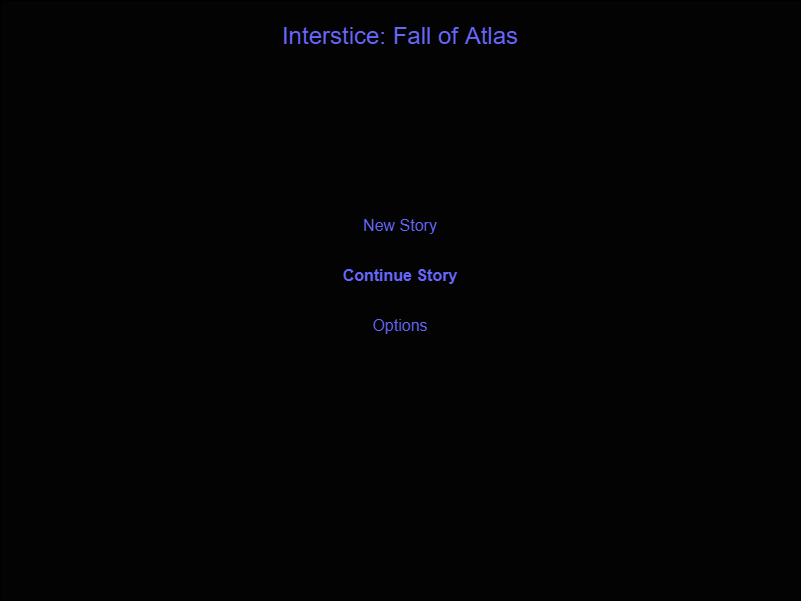
Before: docs/images/main_menu_after_starting_to_play_wireframe.png, a diagram exported from draw.io (gaudeon/interstice_fall_of_atlas). Source tidied: cells renumbered, new cells last; positions are measured from the earlier drawing's top-left corner, leaving out a move shared by most shapes.
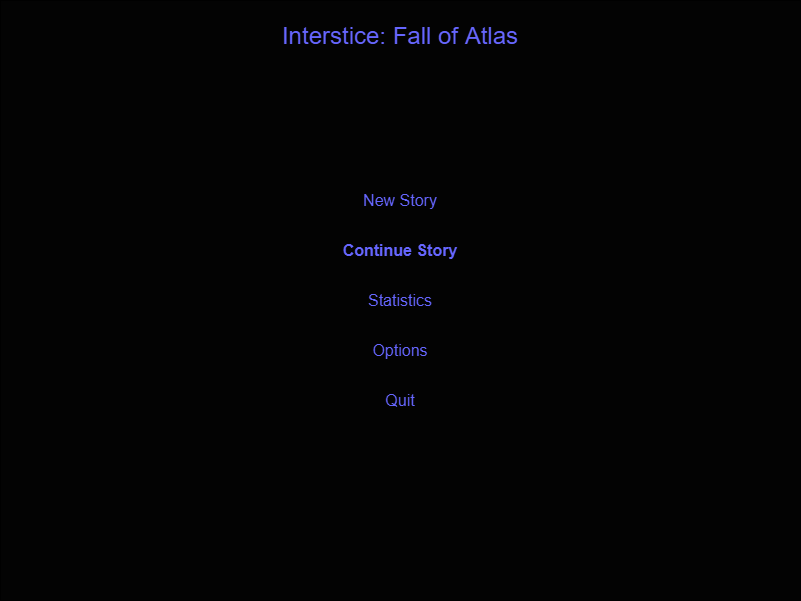
After the change.

Commit message:
updated main menu wireframes to include missing items

The edit, as a diff of the source:
```diff
@@ -9,13 +9,19 @@
       <mxGeometry x="5" y="10" width="790" height="50" as="geometry" />
     </mxCell>
     <mxCell id="4" value="&lt;font color=&quot;#6666ff&quot; style=&quot;font-size: 16px&quot;&gt;&lt;b&gt;Continue Story&lt;/b&gt;&lt;/font&gt;" style="text;html=1;align=center;verticalAlign=middle;whiteSpace=wrap;rounded=0;" parent="1" vertex="1">
-      <mxGeometry x="5" y="250" width="790" height="50" as="geometry" />
+      <mxGeometry x="5" y="225" width="790" height="50" as="geometry" />
     </mxCell>
+    <mxCell id="6" value="&lt;font color=&quot;#6666ff&quot; style=&quot;font-size: 16px&quot;&gt;New Story&lt;/font&gt;" style="text;html=1;align=center;verticalAlign=middle;whiteSpace=wrap;rounded=0;" parent="1" vertex="1">
+      <mxGeometry x="5" y="175" width="790" height="50" as="geometry" />
+    </mxCell>
+    <mxCell id="7" value="&lt;font color=&quot;#6666ff&quot; style=&quot;font-size: 16px&quot;&gt;Statistics&lt;/font&gt;" style="text;html=1;align=center;verticalAlign=middle;whiteSpace=wrap;rounded=0;" parent="1" vertex="1">
+      <mxGeometry x="5" y="275" width="790" height="50" as="geometry" />
+    </mxCell>
     <mxCell id="5" value="&lt;font color=&quot;#6666ff&quot; style=&quot;font-size: 16px&quot;&gt;Options&lt;/font&gt;" style="text;html=1;align=center;verticalAlign=middle;whiteSpace=wrap;rounded=0;" parent="1" vertex="1">
-      <mxGeometry x="5" y="300" width="790" height="50" as="geometry" />
+      <mxGeometry x="5" y="325" width="790" height="50" as="geometry" />
     </mxCell>
-    <mxCell id="6" value="&lt;font color=&quot;#6666ff&quot; style=&quot;font-size: 16px&quot;&gt;New Story&lt;/font&gt;" style="text;html=1;align=center;verticalAlign=middle;whiteSpace=wrap;rounded=0;" parent="1" vertex="1">
-      <mxGeometry x="5" y="200" width="790" height="50" as="geometry" />
-    </mxCell>
+    <mxCell id="8" value="&lt;font color=&quot;#6666ff&quot; style=&quot;font-size: 16px&quot;&gt;Quit&lt;/font&gt;" style="text;html=1;align=center;verticalAlign=middle;whiteSpace=wrap;rounded=0;" parent="1" vertex="1">
+      <mxGeometry x="5" y="375" width="790" height="50" as="geometry" />
+    </mxCell>
   </root>
 </mxGraphModel>
```
